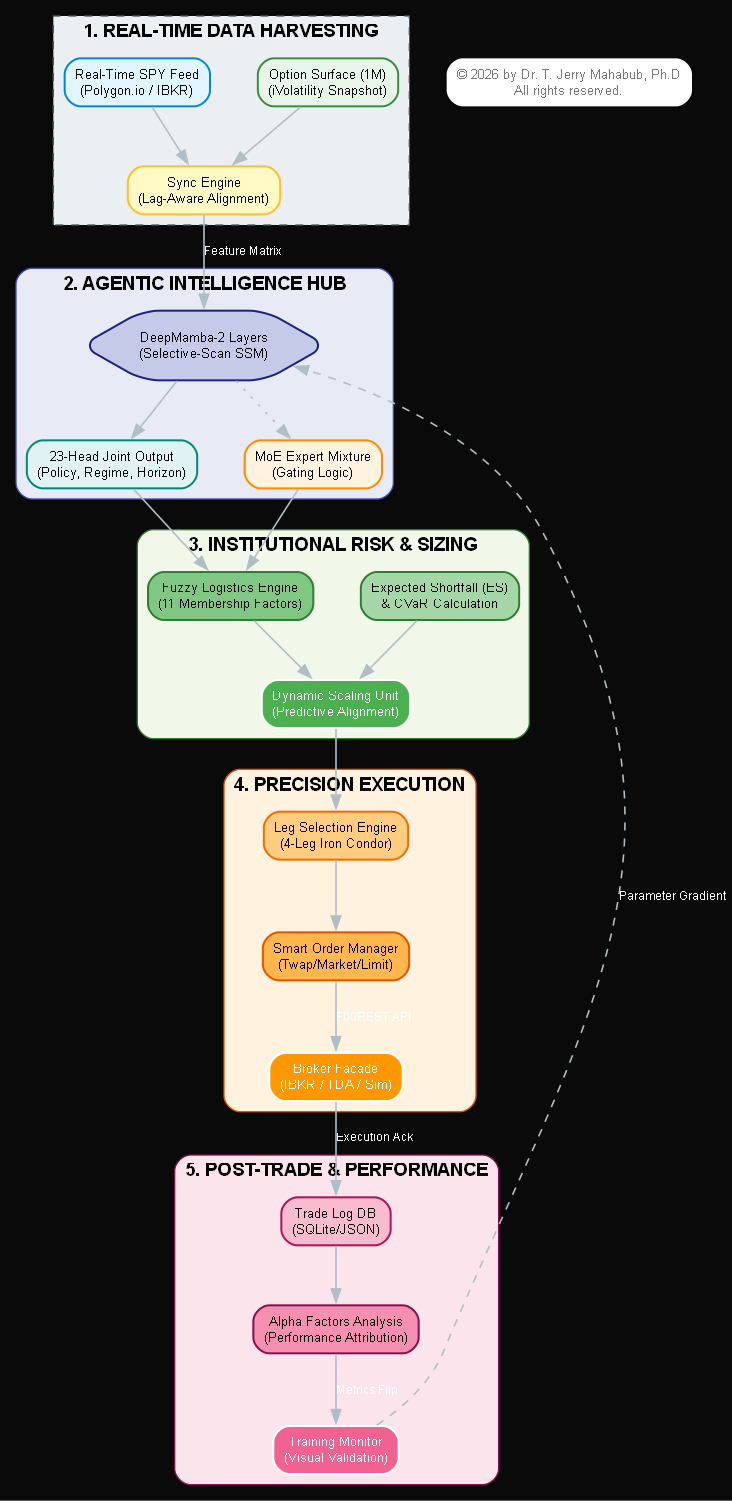
Earlier version of the Graphviz export docs/architecture/institutional_execution_flow.png (trextrader/spy-iron-condor-trading). Its source is kept beside it as docs/architecture/institutional_execution_flow.dot.
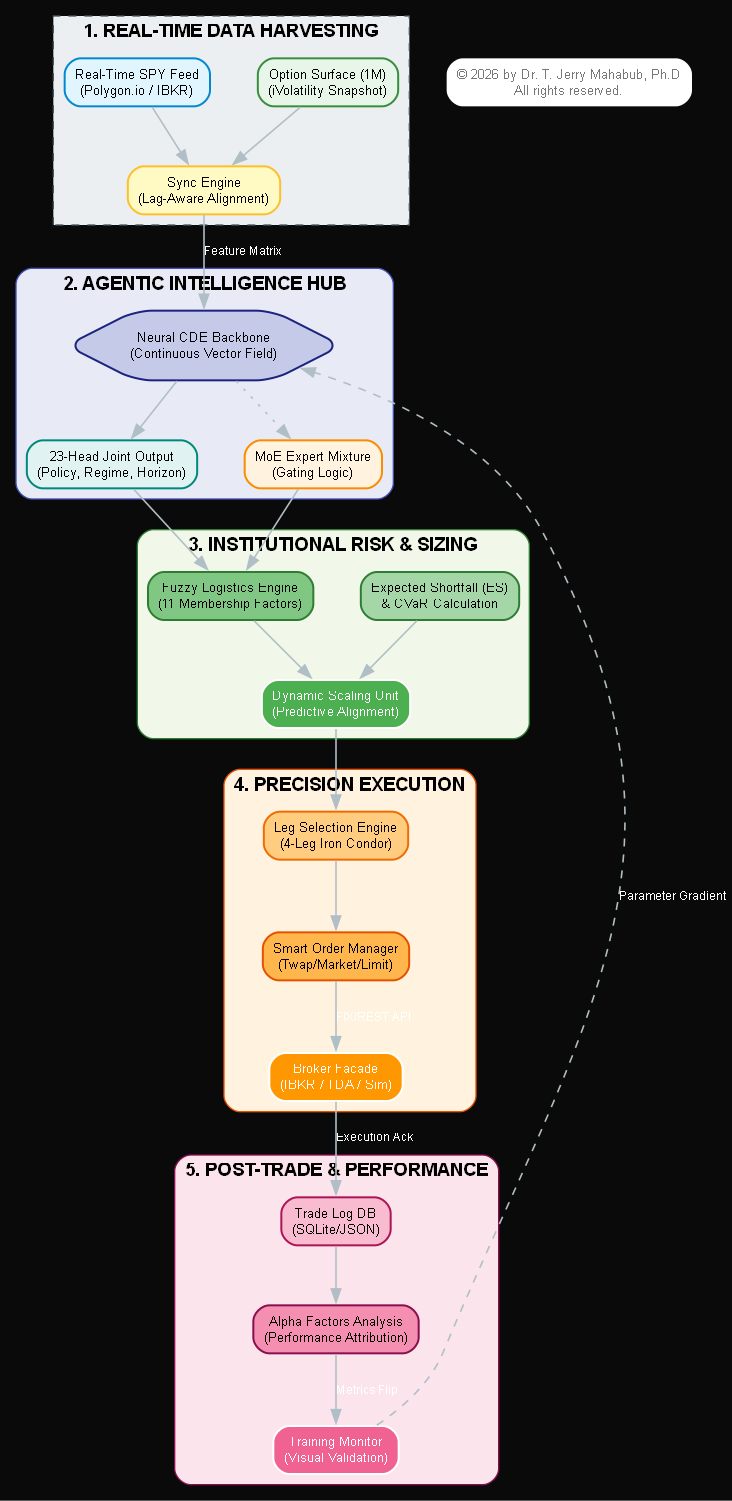
The same diagram one commit later.

What changed in the source:
```diff
@@ -25,12 +25,12 @@
         label = <<b>2. AGENTIC INTELLIGENCE HUB</b>>;
         fillcolor = "#E8EAF6"; style = "filled,rounded"; color = "#3F51B5";
 
-        mamba_core [label="DeepMamba-2 Layers\n(Selective-Scan SSM)", fillcolor="#C5CAE9", color="#1A237E", shape=hexagon];
+        cde_core [label="Neural CDE Backbone\n(Continuous Vector Field)", fillcolor="#C5CAE9", color="#1A237E", shape=hexagon];
         heads [label="23-Head Joint Output\n(Policy, Regime, Horizon)", fillcolor="#E0F2F1", color="#00897B"];
         moe_gate [label="MoE Expert Mixture\n(Gating Logic)", fillcolor="#FFF3E0", color="#FB8C00"];
 
-        mamba_core -> heads;
-        mamba_core -> moe_gate [style=dotted];
+        cde_core -> heads;
+        cde_core -> moe_gate [style=dotted];
     }
 
     subgraph cluster_risk {
@@ -73,8 +73,8 @@
         alpha_report -> tensorboard [label="Metrics Flip"];
     }
 
-    sync_engine -> mamba_core [label="Feature Matrix"];
-    tensorboard -> mamba_core [label="Parameter Gradient", style=dashed, constraint=false];
+    sync_engine -> cde_core [label="Feature Matrix"];
+    tensorboard -> cde_core [label="Parameter Gradient", style=dashed, constraint=false];
 
     subgraph cluster_copyright {
         style=invis;
```
